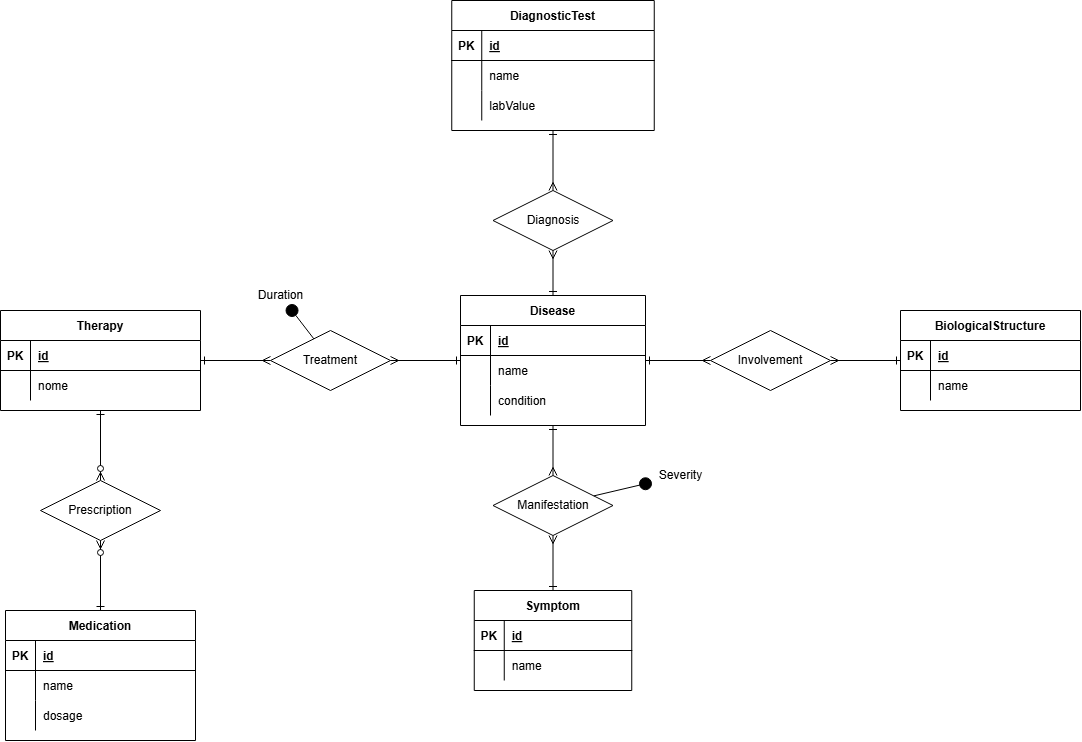
vitomarcorubino/MedicalTextNLP keeps this draw.io diagram as images/er_schema.png. Above is the earlier version. Source tidied: cells renumbered, new cells last; positions are measured from the earlier drawing's top-left corner, leaving out a move shared by most shapes.
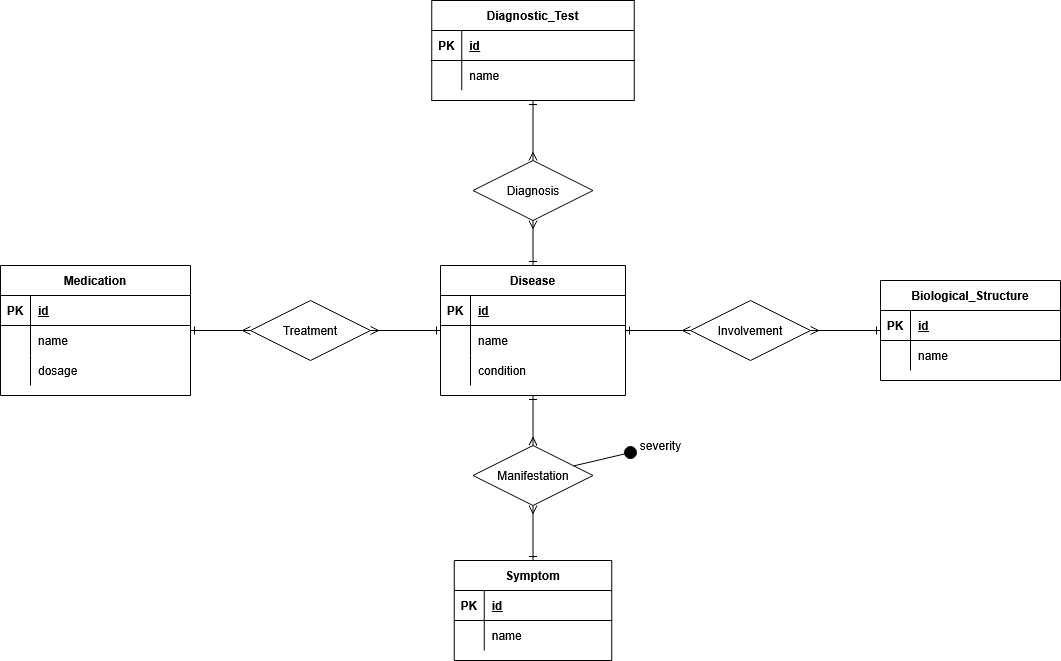
After the change.

Commit message:
corrected typos, updated ER image

What changed in the source:
```diff
@@ -5,8 +5,8 @@
     <mxCell id="2" style="endArrow=ERmany;startArrow=ERone;endFill=0;startFill=0;rounded=0;" parent="1" edge="1" source="45" target="67">
       <mxGeometry relative="1" as="geometry" />
     </mxCell>
-    <mxCell id="3" value="DiagnosticTest" style="shape=table;startSize=30;rowLines=0;fontStyle=1;align=center;" parent="1" vertex="1">
-      <mxGeometry x="451.2" width="202.5" height="130" as="geometry" />
+    <mxCell id="3" value="Diagnostic_Test" style="shape=table;startSize=30;rowLines=0;fontStyle=1;align=center;" parent="1" vertex="1">
+      <mxGeometry x="451.2" y="30" width="202.5" height="100" as="geometry" />
     </mxCell>
     <mxCell id="4" style="shape=partialRectangle;fillColor=none;top=0;left=0;right=0;bottom=1;" parent="3" vertex="1">
       <mxGeometry y="30" width="202.5" height="30" as="geometry" />
@@ -26,17 +26,8 @@
     <mxCell id="9" value="name" style="shape=partialRectangle;overflow=hidden;fillColor=none;top=0;left=0;bottom=0;right=0;align=left;spacingLeft=6;" parent="7" vertex="1">
       <mxGeometry x="30" width="172.5" height="30" as="geometry" />
     </mxCell>
-    <mxCell id="10" style="shape=partialRectangle;fillColor=none;top=0;left=0;right=0;bottom=0;" parent="3" vertex="1">
-      <mxGeometry y="90" width="202.5" height="30" as="geometry" />
-    </mxCell>
-    <mxCell id="11" style="shape=partialRectangle;overflow=hidden;fillColor=none;top=0;left=0;bottom=0;right=0;" parent="10" vertex="1">
-      <mxGeometry width="30" height="30" as="geometry" />
-    </mxCell>
-    <mxCell id="12" value="labValue" style="shape=partialRectangle;overflow=hidden;fillColor=none;top=0;left=0;bottom=0;right=0;align=left;spacingLeft=6;" parent="10" vertex="1">
-      <mxGeometry x="30" width="172.5" height="30" as="geometry" />
-    </mxCell>
     <mxCell id="13" value="Medication" style="shape=table;startSize=30;rowLines=0;fontStyle=1;align=center;" parent="1" vertex="1">
-      <mxGeometry x="5" y="610" width="190" height="130" as="geometry" />
+      <mxGeometry x="20" y="295" width="190" height="130" as="geometry" />
     </mxCell>
     <mxCell id="14" style="shape=partialRectangle;fillColor=none;top=0;left=0;right=0;bottom=1;" parent="13" vertex="1">
       <mxGeometry y="30" width="190" height="30" as="geometry" />
@@ -65,7 +56,7 @@
     <mxCell id="22" value="dosage" style="shape=partialRectangle;overflow=hidden;fillColor=none;top=0;left=0;bottom=0;right=0;align=left;spacingLeft=6;" parent="20" vertex="1">
       <mxGeometry x="30" width="160" height="30" as="geometry" />
     </mxCell>
-    <mxCell id="23" value="BiologicalStructure" style="shape=table;startSize=30;rowLines=0;fontStyle=1;align=center;" parent="1" vertex="1">
+    <mxCell id="23" value="Biological_Structure" style="shape=table;startSize=30;rowLines=0;fontStyle=1;align=center;" parent="1" vertex="1">
       <mxGeometry x="900" y="310" width="180" height="100" as="geometry" />
     </mxCell>
     <mxCell id="24" style="shape=partialRectangle;fillColor=none;top=0;left=0;right=0;bottom=1;" parent="23" vertex="1">
@@ -86,27 +77,6 @@
     <mxCell id="29" value="name" style="shape=partialRectangle;overflow=hidden;fillColor=none;top=0;left=0;bottom=0;right=0;align=left;spacingLeft=6;" parent="27" vertex="1">
       <mxGeometry x="30" width="150" height="30" as="geometry" />
     </mxCell>
-    <mxCell id="30" value="Therapy" style="shape=table;startSize=30;rowLines=0;fontStyle=1;align=center;" parent="1" vertex="1">
-      <mxGeometry y="310" width="200" height="100" as="geometry" />
-    </mxCell>
-    <mxCell id="31" style="shape=partialRectangle;fillColor=none;top=0;left=0;right=0;bottom=1;" parent="30" vertex="1">
-      <mxGeometry y="30" width="200" height="30" as="geometry" />
-    </mxCell>
-    <mxCell id="32" value="PK" style="shape=partialRectangle;overflow=hidden;fillColor=none;top=0;left=0;bottom=0;right=0;fontStyle=1;" parent="31" vertex="1">
-      <mxGeometry width="30" height="30" as="geometry" />
-    </mxCell>
-    <mxCell id="33" value="id" style="shape=partialRectangle;overflow=hidden;fillColor=none;top=0;left=0;bottom=0;right=0;align=left;spacingLeft=6;fontStyle=5;" parent="31" vertex="1">
-      <mxGeometry x="30" width="170" height="30" as="geometry" />
-    </mxCell>
-    <mxCell id="34" style="shape=partialRectangle;fillColor=none;top=0;left=0;right=0;bottom=0;" parent="30" vertex="1">
-      <mxGeometry y="60" width="200" height="30" as="geometry" />
-    </mxCell>
-    <mxCell id="35" style="shape=partialRectangle;overflow=hidden;fillColor=none;top=0;left=0;bottom=0;right=0;" parent="34" vertex="1">
-      <mxGeometry width="30" height="30" as="geometry" />
-    </mxCell>
-    <mxCell id="36" value="nome" style="shape=partialRectangle;overflow=hidden;fillColor=none;top=0;left=0;bottom=0;right=0;align=left;spacingLeft=6;" parent="34" vertex="1">
-      <mxGeometry x="30" width="170" height="30" as="geometry" />
-    </mxCell>
     <mxCell id="37" value="Symptom" style="shape=table;startSize=30;rowLines=0;fontStyle=1;align=center;" parent="1" vertex="1">
       <mxGeometry x="473.8" y="590" width="157.5" height="100" as="geometry" />
     </mxCell>
@@ -155,9 +125,9 @@
     <mxCell id="52" style="shape=partialRectangle;fillColor=none;top=0;left=0;right=0;bottom=0;" parent="45" vertex="1">
       <mxGeometry y="90" width="185" height="30" as="geometry" />
     </mxCell>
-    <mxCell id="53" style="shape=partialRectangle;overflow=hidden;fillColor=none;top=0;left=0;bottom=0;right=0;" parent="52" vertex="1">
-      <mxGeometry width="30" height="30" as="geometry" />
-    </mxCell>
+    <mxCell id="73" style="shape=partialRectangle;overflow=hidden;fillColor=none;top=0;left=0;bottom=0;right=0;" parent="52" vertex="1">
+      <mxGeometry width="30" height="30" as="geometry" />
+    </mxCell>
     <mxCell id="54" value="condition" style="shape=partialRectangle;overflow=hidden;fillColor=none;top=0;left=0;bottom=0;right=0;align=left;spacingLeft=6;" parent="52" vertex="1">
       <mxGeometry x="30" width="155" height="30" as="geometry" />
     </mxCell>
@@ -173,12 +143,9 @@
     <mxCell id="58" style="endArrow=ERmany;startArrow=ERone;endFill=0;startFill=0;rounded=0;" parent="1" edge="1" source="45" target="44">
       <mxGeometry relative="1" as="geometry" />
     </mxCell>
-    <mxCell id="59" style="endArrow=ERmany;startArrow=ERone;endFill=0;startFill=0;rounded=0;" parent="1" edge="1" source="30" target="44">
+    <mxCell id="59" style="endArrow=ERmany;startArrow=ERone;endFill=0;startFill=0;rounded=0;" parent="1" edge="1" source="13" target="44">
       <mxGeometry relative="1" as="geometry" />
     </mxCell>
-    <mxCell id="60" style="endArrow=ERzeroToMany;startArrow=ERone;endFill=1;startFill=0;rounded=0;" parent="1" edge="1" source="30" target="65">
-      <mxGeometry relative="1" as="geometry" />
-    </mxCell>
     <mxCell id="61" value="Involvement" style="shape=rhombus;perimeter=rhombusPerimeter;whiteSpace=wrap;html=1;align=center;" parent="1" vertex="1">
       <mxGeometry x="710" y="330" width="120" height="60" as="geometry" />
     </mxCell>
@@ -191,29 +158,17 @@
     <mxCell id="64" style="endArrow=ERmany;startArrow=ERone;endFill=0;startFill=0;rounded=0;" parent="1" edge="1" source="45" target="63">
       <mxGeometry relative="1" as="geometry" />
     </mxCell>
-    <mxCell id="65" value="Prescription" style="shape=rhombus;perimeter=rhombusPerimeter;whiteSpace=wrap;html=1;align=center;" parent="1" vertex="1">
-      <mxGeometry x="40" y="480" width="120" height="60" as="geometry" />
-    </mxCell>
-    <mxCell id="66" style="endArrow=ERzeroToMany;startArrow=ERone;endFill=1;startFill=0;rounded=0;" parent="1" edge="1" source="13" target="65">
-      <mxGeometry relative="1" as="geometry" />
-    </mxCell>
     <mxCell id="67" value="Manifestation" style="shape=rhombus;perimeter=rhombusPerimeter;whiteSpace=wrap;html=1;align=center;" parent="1" vertex="1">
       <mxGeometry x="492.5" y="475" width="120" height="60" as="geometry" />
     </mxCell>
     <mxCell id="68" style="group;" parent="1" vertex="1">
       <mxGeometry x="440" y="445" width="70" height="30" as="geometry" />
     </mxCell>
-    <mxCell id="69" value="Duration" style="text;html=1;align=center;verticalAlign=middle;points=[];strokeColor=none;fillColor=none;" parent="1" vertex="1">
-      <mxGeometry x="245" y="280" width="70" height="30" as="geometry" />
-    </mxCell>
-    <mxCell id="70" style="endArrow=oval;endFill=1;endSize=12;html=1;rounded=0;strokeWidth=1;" parent="1" edge="1" source="44" target="69">
-      <mxGeometry relative="1" as="geometry" />
-    </mxCell>
     <mxCell id="71" style="endArrow=oval;endFill=1;endSize=12;html=1;rounded=0;strokeWidth=1;" parent="1" edge="1" source="67" target="72">
       <mxGeometry relative="1" as="geometry" />
     </mxCell>
-    <mxCell id="72" value="Severity" style="text;html=1;align=center;verticalAlign=middle;points=[];strokeColor=none;fillColor=none;" parent="1" vertex="1">
-      <mxGeometry x="645" y="460" width="70" height="30" as="geometry" />
+    <mxCell id="72" value="severity" style="text;html=1;align=center;verticalAlign=middle;points=[];strokeColor=none;fillColor=none;" parent="1" vertex="1">
+      <mxGeometry x="650" y="460" width="60" height="30" as="geometry" />
     </mxCell>
   </root>
 </mxGraphModel>
```
